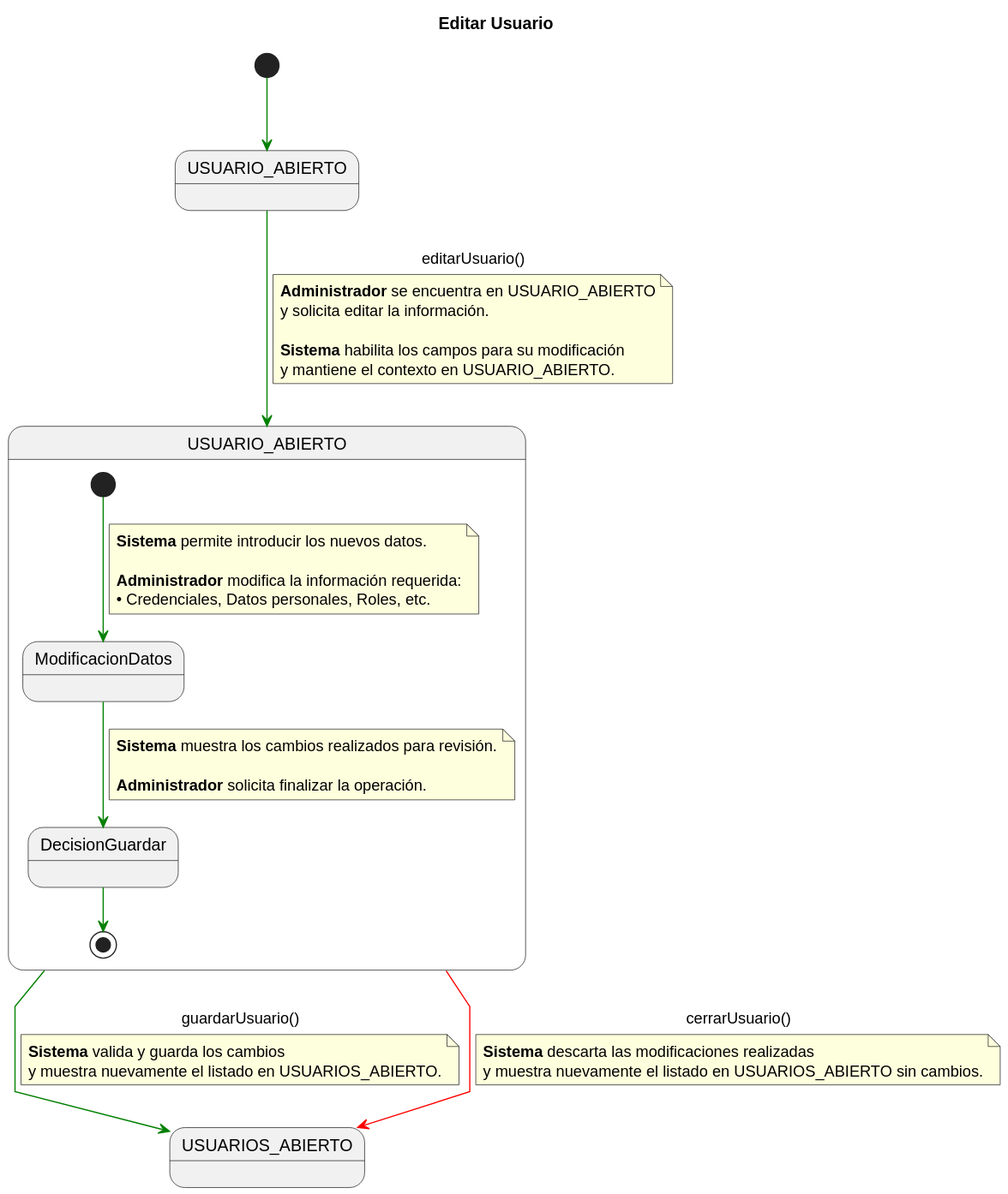
This is documents/CasosDeUso/DetalladoCasosDeUso/Administrador/editarUsuario.svg from enmabry/25-26-IdSw1-SdR, a PlantUML export, as it was before one commit.
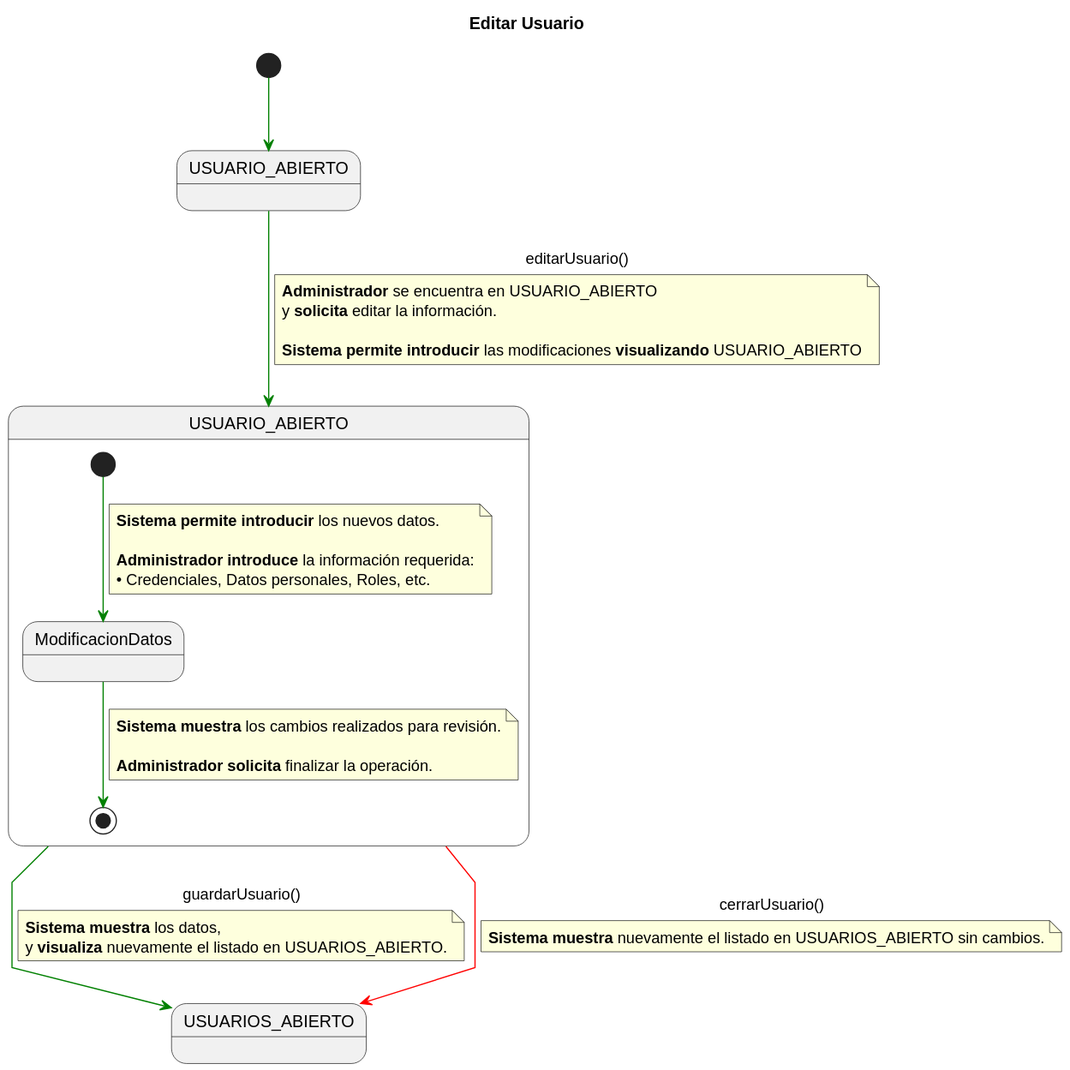
After the commit.

What changed in the source:
```diff
@@ -11,44 +11,39 @@
 USUARIO_ABIERTO_INICIAL -[#green]-> USUARIO_ABIERTO_COMP : editarUsuario()
 note on link
 <b>Administrador</b> se encuentra en USUARIO_ABIERTO
-y solicita editar la información.
+y <b>solicita</b> editar la información.
 
-<b>Sistema</b> habilita los campos para su modificación
-y mantiene el contexto en USUARIO_ABIERTO.
+<b>Sistema permite introducir</b> las modificaciones <b>visualizando</b> USUARIO_ABIERTO
 end note
 
 state USUARIO_ABIERTO_COMP as "USUARIO_ABIERTO" {
 
     state ModificacionDatos
-    state DecisionGuardar
 
     [*] -[#green]-> ModificacionDatos
     note on link
-    <b>Sistema</b> permite introducir los nuevos datos.
+    <b>Sistema permite introducir</b> los nuevos datos.
 
-    <b>Administrador</b> modifica la información requerida:
+    <b>Administrador introduce</b> la información requerida:
     • Credenciales, Datos personales, Roles, etc.
     end note
 
-    ModificacionDatos -[#green]-> DecisionGuardar
+    ModificacionDatos -[#green]-> [*]
     note on link
-    <b>Sistema</b> muestra los cambios realizados para revisión.
+    <b>Sistema muestra</b> los cambios realizados para revisión.
 
-    <b>Administrador</b> solicita finalizar la operación.
+    <b>Administrador solicita</b> finalizar la operación.
     end note
-
-    DecisionGuardar -[#green]-> [*]
 }
 
 USUARIO_ABIERTO_COMP -[#green]-> USUARIOS_ABIERTO_FINAL : guardarUsuario()
 note on link
-<b>Sistema</b> valida y guarda los cambios
-y muestra nuevamente el listado en USUARIOS_ABIERTO.
+<b>Sistema muestra</b> los datos,
+y <b>visualiza</b> nuevamente el listado en USUARIOS_ABIERTO.
 end note
 
 USUARIO_ABIERTO_COMP -[#red]-> USUARIOS_ABIERTO_FINAL : cerrarUsuario()
 note on link
-<b>Sistema</b> descarta las modificaciones realizadas
-y muestra nuevamente el listado en USUARIOS_ABIERTO sin cambios.
+<b>Sistema muestra</b> nuevamente el listado en USUARIOS_ABIERTO sin cambios.
 end note
 @enduml
```
